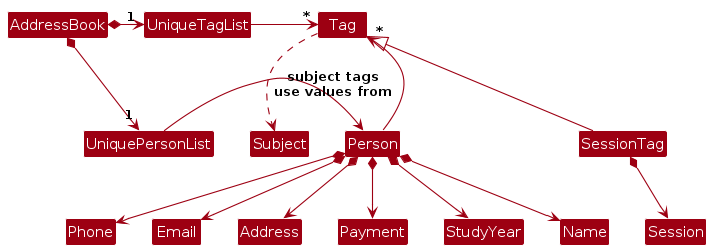
The PlantUML diagram diagrams/BetterModelClassDiagram.png in AY2526S1-CS2103-F12-4/tp, before a commit. Its source is kept beside it as diagrams/BetterModelClassDiagram.puml.
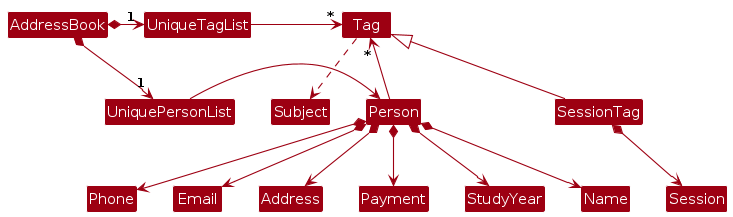
After the change.

Change to the diagram source:
```diff
@@ -44,5 +44,5 @@
     COMSCI
 }
 
-Tag ..> Subject : "subject tags\nuse values from"
+Tag ..> Subject
 @enduml
```
